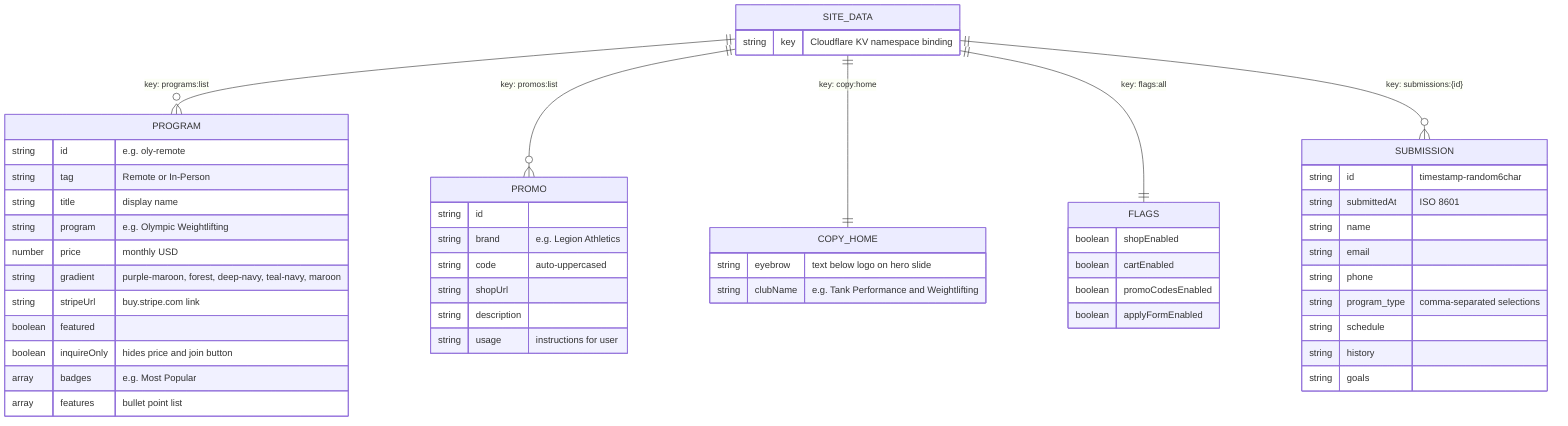
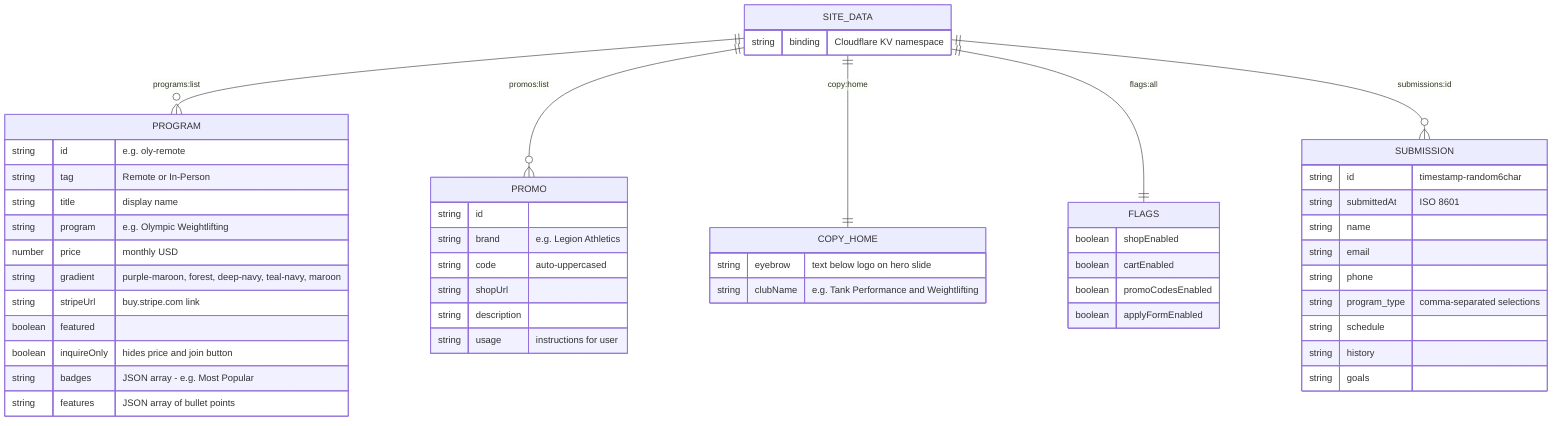
erDiagram
-     SITE_DATA ||--o{ PROGRAM : "key: programs:list"
-     SITE_DATA ||--o{ PROMO : "key: promos:list"
-     SITE_DATA ||--|| COPY_HOME : "key: copy:home"
-     SITE_DATA ||--|| FLAGS : "key: flags:all"
-     SITE_DATA ||--o{ SUBMISSION : "key: submissions:{id}"
+     SITE_DATA ||--o{ PROGRAM : "programs:list"
+     SITE_DATA ||--o{ PROMO : "promos:list"
+     SITE_DATA ||--|| COPY_HOME : "copy:home"
+     SITE_DATA ||--|| FLAGS : "flags:all"
+     SITE_DATA ||--o{ SUBMISSION : "submissions:id"

    SITE_DATA {
-         string key "Cloudflare KV namespace binding"
+         string binding "Cloudflare KV namespace"
    }

    PROGRAM {
        string id "e.g. oly-remote"
        string tag "Remote or In-Person"
        string title "display name"
        string program "e.g. Olympic Weightlifting"
        number price "monthly USD"
        string gradient "purple-maroon, forest, deep-navy, teal-navy, maroon"
        string stripeUrl "buy.stripe.com link"
        boolean featured
        boolean inquireOnly "hides price and join button"
-         array badges "e.g. Most Popular"
-         array features "bullet point list"
+         string badges "JSON array - e.g. Most Popular"
+         string features "JSON array of bullet points"
    }

    PROMO {
        string id
        string brand "e.g. Legion Athletics"
        string code "auto-uppercased"
        string shopUrl
        string description
        string usage "instructions for user"
    }

    COPY_HOME {
        string eyebrow "text below logo on hero slide"
        string clubName "e.g. Tank Performance and Weightlifting"
    }

    FLAGS {
        boolean shopEnabled
        boolean cartEnabled
        boolean promoCodesEnabled
        boolean applyFormEnabled
    }

    SUBMISSION {
        string id "timestamp-random6char"
        string submittedAt "ISO 8601"
        string name
        string email
        string phone
        string program_type "comma-separated selections"
        string schedule
        string history
        string goals
    }
